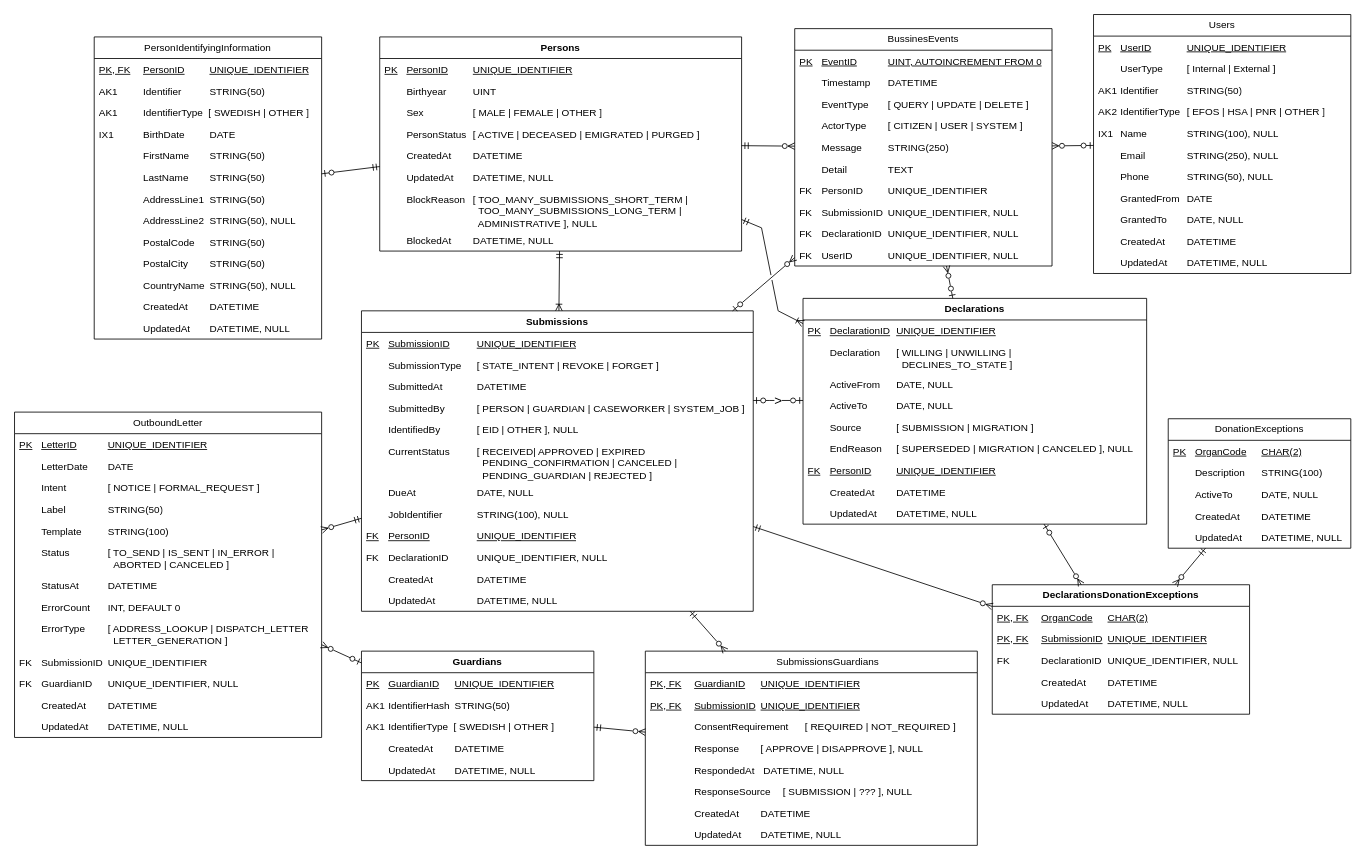
This is page "Liggande Logisk modell" (9 of 9) of Donationsregister.drawio from bhagqvist-consid/ICD11, a draw.io file, before an edit. Source tidied: cells renumbered, new cells numbered last; positions are measured from the earlier drawing's top-left corner, leaving out a move shared by most shapes. Both pictures are drawn from the tidied source at 83%, with x=0, y=0 at pixel (14, 14).
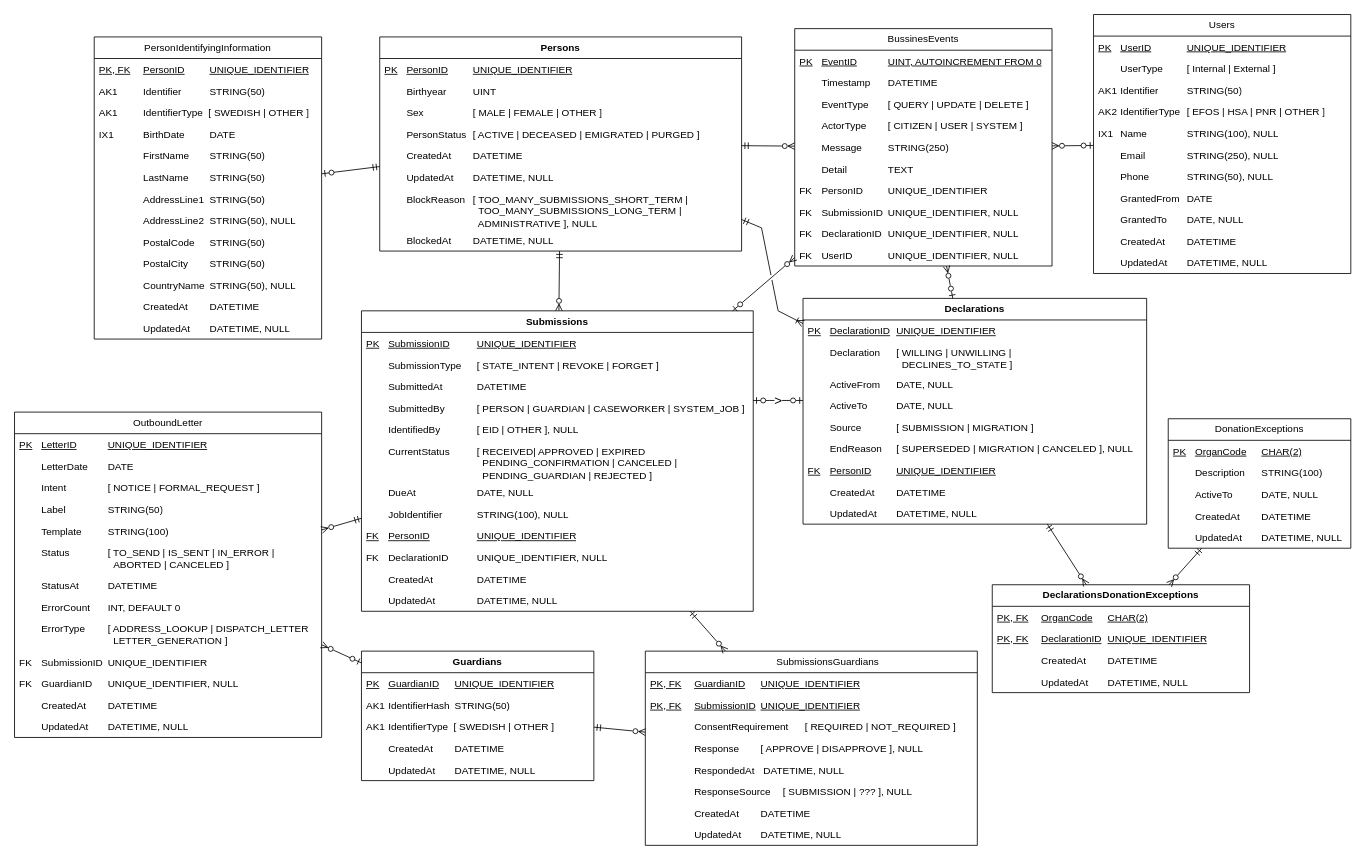
The same diagram, later.

Unchanged cells that the change refers to:
```xml
<mxCell id="2" value="Persons" style="swimlane;fontStyle=1;horizontal=1;startSize=26;fillColor=none;whiteSpace=wrap;html=1;" parent="1" vertex="1">
  <mxGeometry x="440" y="27" width="436" height="258" as="geometry" />
</mxCell>
<mxCell id="11" value="Submissions" style="swimlane;fontStyle=1;horizontal=1;startSize=26;fillColor=none;whiteSpace=wrap;html=1;" parent="1" vertex="1">
  <mxGeometry x="418" y="357" width="472" height="362" as="geometry" />
</mxCell>
<mxCell id="24" value="Declarations" style="swimlane;fontStyle=1;horizontal=1;startSize=26;fillColor=none;whiteSpace=wrap;html=1;" parent="1" vertex="1">
  <mxGeometry x="950" y="342" width="414" height="272" as="geometry" />
</mxCell>
```

Diff of the diagram source:
```diff
@@
     <mxCell id="97" value="DeclarationsDonationExceptions" style="swimlane;fontStyle=1;horizontal=1;startSize=26;fillColor=none;whiteSpace=wrap;html=1;" parent="1" vertex="1">
-      <mxGeometry x="1178" y="687" width="310" height="156" as="geometry" />
+      <mxGeometry x="1178" y="687" width="310" height="130" as="geometry" />
     </mxCell>
@@
-    <mxCell id="99" value="PK, FK&lt;span style=&quot;white-space: pre;&quot;&gt;&lt;span style=&quot;white-space: pre;&quot;&gt;&#9;&lt;/span&gt;&lt;/span&gt;SubmissionID&lt;span style=&quot;white-space: pre;&quot;&gt;&#9;&lt;/span&gt;UNIQUE_IDENTIFIER" style="text;strokeColor=none;fillColor=none;align=left;verticalAlign=top;spacingLeft=4;spacingRight=4;overflow=hidden;whiteSpace=wrap;html=1;fontStyle=4;" parent="97" vertex="1">
+    <mxCell id="99" value="PK, FK&lt;span style=&quot;white-space: pre;&quot;&gt;&lt;span style=&quot;white-space: pre;&quot;&gt;&#9;&lt;/span&gt;&lt;/span&gt;DeclarationID&lt;span style=&quot;white-space: pre;&quot;&gt;&#9;&lt;/span&gt;UNIQUE_IDENTIFIER" style="text;strokeColor=none;fillColor=none;align=left;verticalAlign=top;spacingLeft=4;spacingRight=4;overflow=hidden;whiteSpace=wrap;html=1;fontStyle=4;" parent="97" vertex="1">
       <mxGeometry y="52" width="310" height="26" as="geometry" />
     </mxCell>
-    <mxCell id="100" value="FK&lt;span style=&quot;white-space: pre;&quot;&gt;&#9;&lt;/span&gt;&lt;span style=&quot;white-space: pre;&quot;&gt;&#9;&lt;/span&gt;DeclarationID&lt;span style=&quot;white-space: pre;&quot;&gt;&#9;&lt;/span&gt;UNIQUE_IDENTIFIER, NULL" style="text;strokeColor=none;fillColor=none;align=left;verticalAlign=top;spacingLeft=4;spacingRight=4;overflow=hidden;whiteSpace=wrap;html=1;fontStyle=0;" parent="97" vertex="1">
-      <mxGeometry y="78" width="310" height="26" as="geometry" />
-    </mxCell>
     <mxCell id="101" value="&lt;span style=&quot;white-space: pre;&quot;&gt;&lt;span style=&quot;white-space: pre;&quot;&gt;&#9;&lt;/span&gt;&#9;&lt;/span&gt;CreatedAt&amp;nbsp; &lt;span style=&quot;white-space: pre;&quot;&gt;&#9;&lt;/span&gt;DATETIME" style="text;strokeColor=none;fillColor=none;align=left;verticalAlign=top;spacingLeft=4;spacingRight=4;overflow=hidden;whiteSpace=wrap;html=1;" parent="97" vertex="1">
-      <mxGeometry y="104" width="310" height="26" as="geometry" />
+      <mxGeometry y="78" width="310" height="26" as="geometry" />
     </mxCell>
     <mxCell id="102" value="&lt;span style=&quot;white-space: pre;&quot;&gt;&lt;span style=&quot;white-space: pre;&quot;&gt;&#9;&lt;/span&gt;&#9;&lt;/span&gt;UpdatedAt&amp;nbsp; &lt;span style=&quot;white-space: pre;&quot;&gt;&#9;&lt;/span&gt;DATETIME, NULL" style="text;strokeColor=none;fillColor=none;align=left;verticalAlign=top;spacingLeft=4;spacingRight=4;overflow=hidden;whiteSpace=wrap;html=1;" parent="97" vertex="1">
-      <mxGeometry y="130" width="310" height="26" as="geometry" />
+      <mxGeometry y="104" width="310" height="26" as="geometry" />
     </mxCell>
@@
-    <mxCell id="113" style="fontSize=12;html=1;endArrow=ERzeroToOne;startArrow=ERzeroToMany;rounded=0;startFill=0;" parent="1" edge="1" source="97" target="24">
+    <mxCell id="113" style="fontSize=12;html=1;endArrow=ERmandOne;startArrow=ERzeroToMany;rounded=0;startFill=0;endFill=0;" parent="1" edge="1" source="97" target="24">
       <mxGeometry relative="1" as="geometry" />
     </mxCell>
@@
-    <mxCell id="120" style="fontSize=12;html=1;endArrow=ERmandOne;startArrow=ERoneToMany;rounded=0;startFill=0;endFill=0;" parent="1" edge="1" source="11" target="2">
+    <mxCell id="120" style="fontSize=12;html=1;endArrow=ERmandOne;startArrow=ERzeroToMany;rounded=0;startFill=0;endFill=0;" parent="1" edge="1" source="11" target="2">
       <mxGeometry relative="1" as="geometry" />
     </mxCell>
@@
-    <mxCell id="125" style="fontSize=12;html=1;endArrow=ERmandOne;startArrow=ERzeroToMany;rounded=0;startFill=0;endFill=0;" parent="1" edge="1" source="97" target="11">
-      <mxGeometry relative="1" as="geometry" />
-    </mxCell>
```
